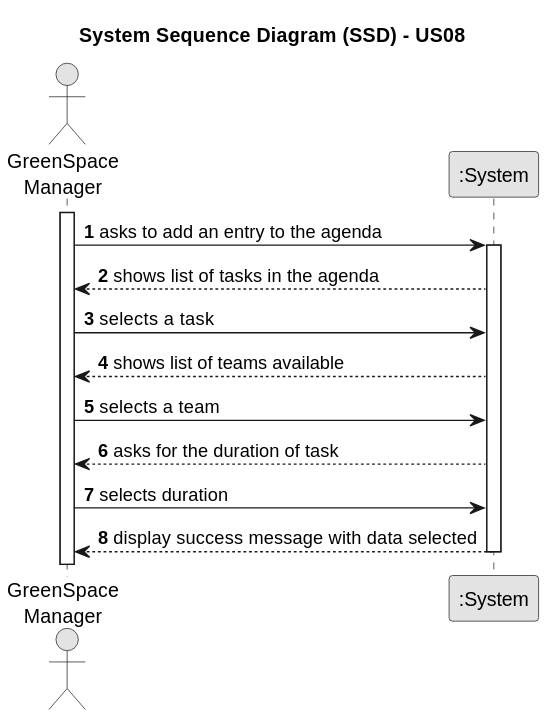
Earlier version of the PlantUML export docs/sprintC/us23/01.requirements-engineering/svg/us23-system-sequence-diagram-System_Sequence_Diagram__SSD____US08.svg (Paulo-Pereira-at-ISEP/lei-24-s2-1nanb-g321). The source it was exported from:
```plantuml
@startuml
skinparam monochrome true
skinparam packageStyle rectangle
skinparam shadowing false

title System Sequence Diagram (SSD) - US08

autonumber

actor "GreenSpace\nManager" as Employee
participant ":System" as System

activate Employee

    Employee -> System : asks to add an entry to the agenda
    activate System

    System --> Employee : shows list of tasks in the agenda
    Employee -> System  : selects a task
    System --> Employee : shows list of teams available
    Employee -> System  : selects a team
    System --> Employee : asks for the duration of task
    Employee -> System  : selects duration
    System --> Employee : display success message with data selected

   deactivate System
@enduml
```
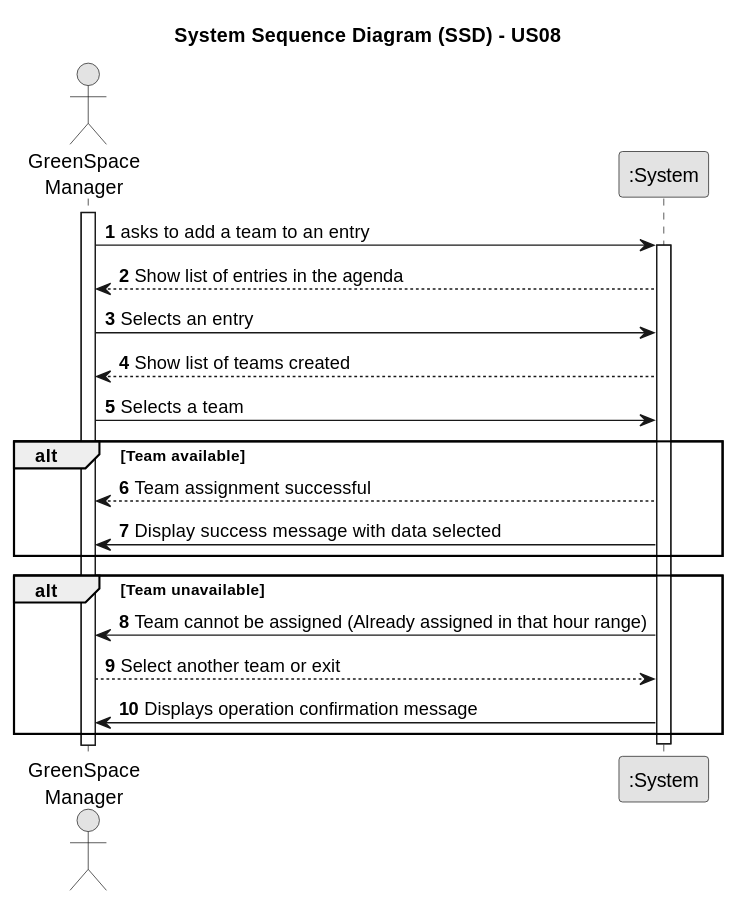
After the change.

The edit, as a diff of the source:
```diff
@@ -12,16 +12,27 @@
 
 activate Employee
 
-    Employee -> System : asks to add an entry to the agenda
+    Employee -> System : asks to add a team to an entry
     activate System
 
-    System --> Employee : shows list of tasks in the agenda
-    Employee -> System  : selects a task
-    System --> Employee : shows list of teams available
-    Employee -> System  : selects a team
-    System --> Employee : asks for the duration of task
-    Employee -> System  : selects duration
-    System --> Employee : display success message with data selected
+   System-->Employee: Show list of entries in the agenda
 
-   deactivate System
+       Employee -> System: Selects an entry
+
+       System --> Employee: Show list of teams created
+
+       Employee -> System: Selects a team
+
+
+       Alt Team available
+           System --> Employee: Team assignment successful
+           System -> Employee: Display success message with data selected
+       End
+       Alt Team unavailable
+           System -> Employee: Team cannot be assigned (Already assigned in that hour range)
+           Employee --> System: Select another team or exit
+           System -> Employee : Displays operation confirmation message
+
+       End
+       deactivate System
 @enduml
```
